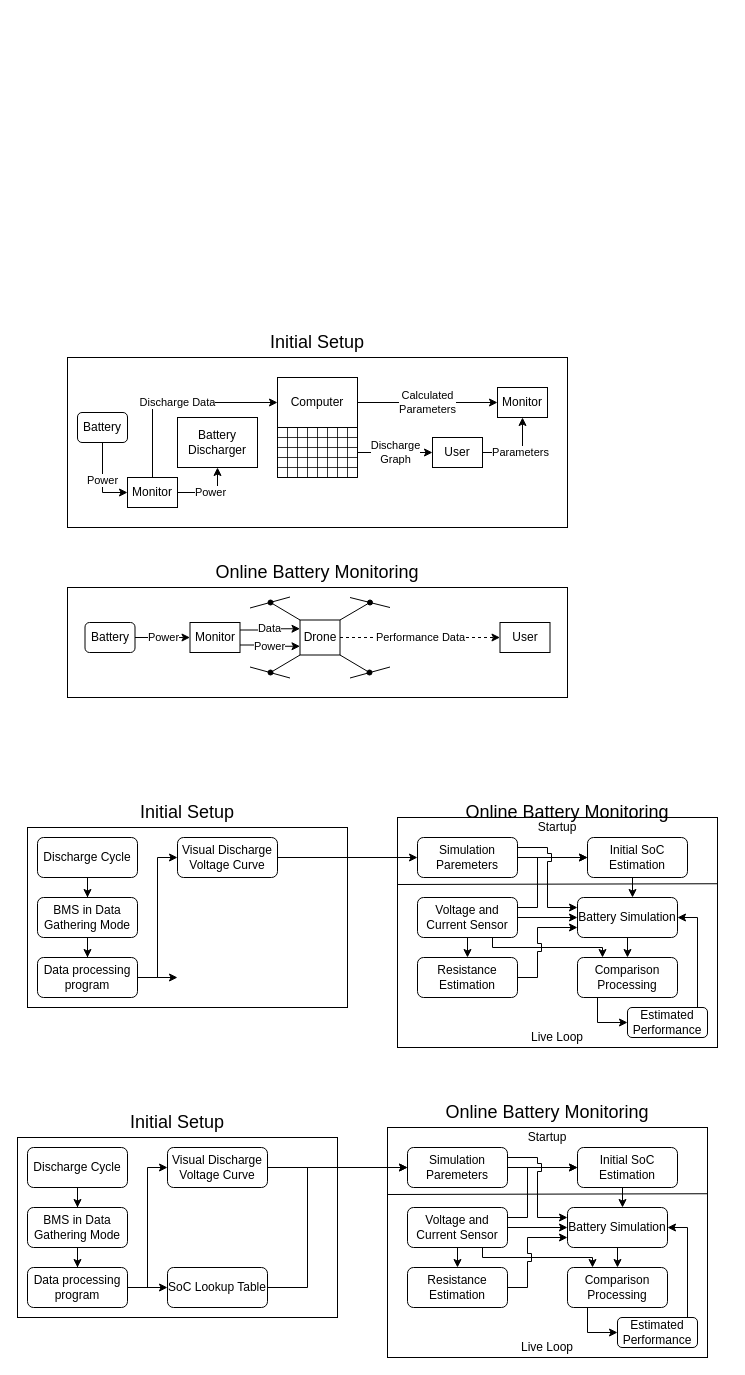
The draw.io diagram dissertation/Block Diagram.drawio in karl03/predictive-bms, before the edit. Source tidied: cells renumbered, new cells numbered last; positions are measured from the earlier drawing's top-left corner, leaving out a move shared by most shapes. Both pictures are drawn from the tidied source at 100%, with x=0, y=0 at pixel (17, 327).
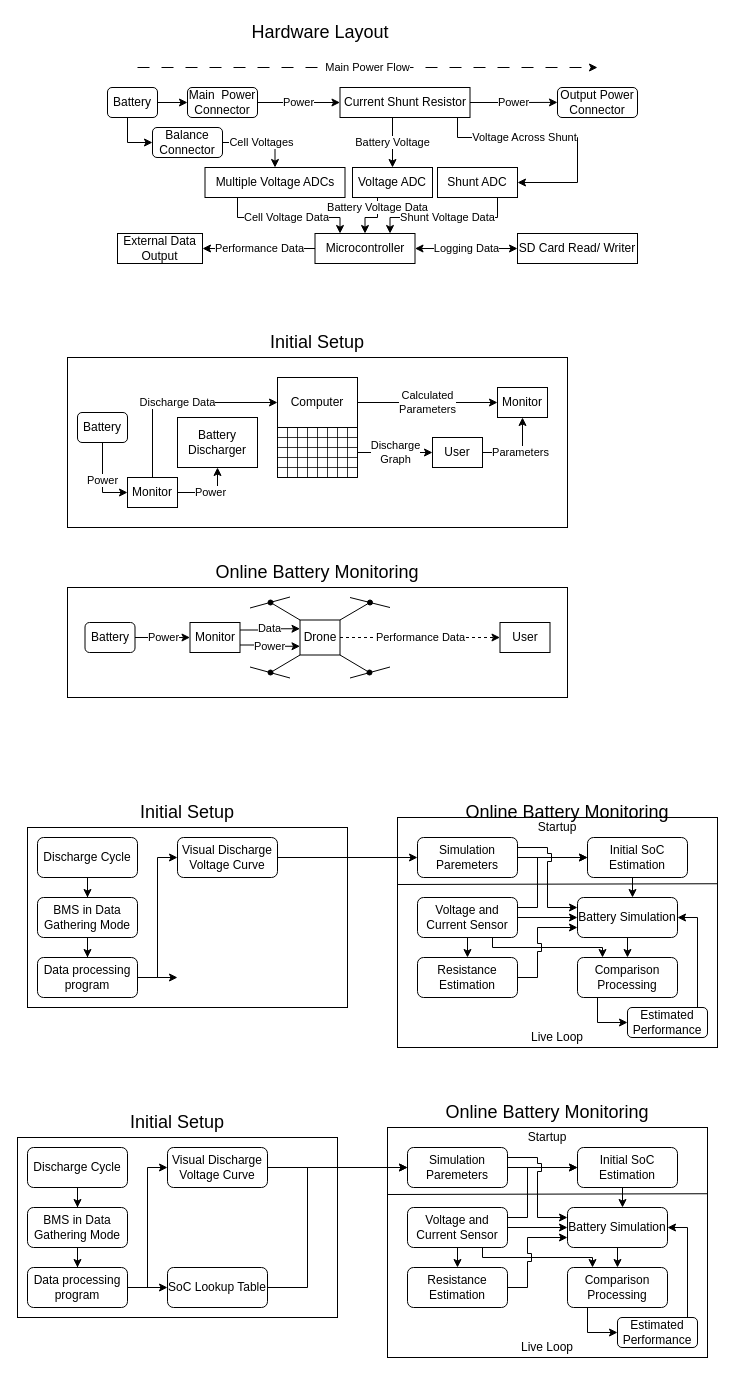
The same page after the edit.

Diff of the diagram source:
```diff
@@
+    <mxCell id="118" value="Power" style="edgeStyle=orthogonalEdgeStyle;rounded=0;jettySize=auto;html=1;entryX=0;entryY=0.5;entryDx=0;entryDy=0;" parent="1" edge="1" source="119" target="123">
+      <mxGeometry relative="1" as="geometry" />
+    </mxCell>
+    <mxCell id="119" value="Main&amp;nbsp; Power Connector" style="rounded=1;whiteSpace=wrap;html=1;" parent="1" vertex="1">
+      <mxGeometry x="170" y="-240" width="70" height="30" as="geometry" />
+    </mxCell>
+    <mxCell id="120" value="Power" style="edgeStyle=orthogonalEdgeStyle;rounded=0;jettySize=auto;html=1;exitX=1;exitY=0.5;exitDx=0;exitDy=0;" parent="1" edge="1" source="123">
+      <mxGeometry relative="1" as="geometry">
+        <mxPoint x="540" y="-225.1" as="targetPoint" />
+      </mxGeometry>
+    </mxCell>
+    <mxCell id="121" value="Battery Voltage" style="edgeStyle=orthogonalEdgeStyle;rounded=0;jettySize=auto;html=1;" parent="1" edge="1" source="123" target="133">
+      <mxGeometry relative="1" as="geometry">
+        <Array as="points">
+          <mxPoint x="375" y="-190" />
+          <mxPoint x="375" y="-190" />
+        </Array>
+      </mxGeometry>
+    </mxCell>
+    <mxCell id="122" value="Voltage Across Shunt" style="edgeStyle=orthogonalEdgeStyle;rounded=0;jettySize=auto;html=1;exitX=0.904;exitY=1.002;exitDx=0;exitDy=0;exitPerimeter=0;" parent="1" edge="1" source="123" target="135">
+      <mxGeometry x="-0.29" relative="1" as="geometry">
+        <Array as="points">
+          <mxPoint x="440" y="-190" />
+          <mxPoint x="560" y="-190" />
+          <mxPoint x="560" y="-145" />
+        </Array>
+      </mxGeometry>
+    </mxCell>
+    <mxCell id="123" value="Current Shunt Resistor" style="rounded=0;whiteSpace=wrap;html=1;" parent="1" vertex="1">
+      <mxGeometry x="322.5" y="-240" width="130" height="30" as="geometry" />
+    </mxCell>
+    <mxCell id="124" value="&lt;font style=&quot;font-size: 18px;&quot;&gt;Hardware Layout&lt;br&gt;&lt;/font&gt;" style="text;html=1;strokeColor=none;fillColor=none;align=center;verticalAlign=middle;whiteSpace=wrap;rounded=0;" parent="1" vertex="1">
+      <mxGeometry x="52.5" y="-310" width="500" height="30" as="geometry" />
+    </mxCell>
+    <mxCell id="125" style="edgeStyle=orthogonalEdgeStyle;rounded=0;jettySize=auto;html=1;" parent="1" edge="1" source="127" target="119">
+      <mxGeometry relative="1" as="geometry" />
+    </mxCell>
+    <mxCell id="126" style="edgeStyle=orthogonalEdgeStyle;rounded=0;jettySize=auto;html=1;exitX=0.5;exitY=1;exitDx=0;exitDy=0;entryX=0;entryY=0.5;entryDx=0;entryDy=0;" parent="1" edge="1" source="127" target="129">
+      <mxGeometry relative="1" as="geometry">
+        <Array as="points">
+          <mxPoint x="110" y="-210" />
+          <mxPoint x="110" y="-185" />
+        </Array>
+      </mxGeometry>
+    </mxCell>
+    <mxCell id="127" value="Battery" style="rounded=1;whiteSpace=wrap;html=1;" parent="1" vertex="1">
+      <mxGeometry x="90" y="-240" width="50" height="30" as="geometry" />
+    </mxCell>
+    <mxCell id="128" value="Cell Voltages" style="edgeStyle=orthogonalEdgeStyle;rounded=0;jettySize=auto;html=1;exitX=1;exitY=0.5;exitDx=0;exitDy=0;entryX=0.5;entryY=0;entryDx=0;entryDy=0;" parent="1" edge="1" source="129" target="131">
+      <mxGeometry relative="1" as="geometry" />
+    </mxCell>
+    <mxCell id="129" value="Balance Connector" style="rounded=1;whiteSpace=wrap;html=1;" parent="1" vertex="1">
+      <mxGeometry x="135" y="-200" width="70" height="30" as="geometry" />
+    </mxCell>
+    <mxCell id="130" value="Cell Voltage Data" style="edgeStyle=orthogonalEdgeStyle;rounded=0;jettySize=auto;html=1;entryX=0.25;entryY=0;entryDx=0;entryDy=0;" parent="1" edge="1" source="131" target="138">
+      <mxGeometry relative="1" as="geometry">
+        <Array as="points">
+          <mxPoint x="220" y="-110" />
+          <mxPoint x="322" y="-110" />
+        </Array>
+      </mxGeometry>
+    </mxCell>
+    <mxCell id="131" value="Multiple Voltage ADCs" style="rounded=0;whiteSpace=wrap;html=1;" parent="1" vertex="1">
+      <mxGeometry x="187.5" y="-160" width="140" height="30" as="geometry" />
+    </mxCell>
+    <mxCell id="132" value="Battery Voltage Data" style="edgeStyle=orthogonalEdgeStyle;rounded=0;jettySize=auto;html=1;entryX=0.5;entryY=0;entryDx=0;entryDy=0;" parent="1" edge="1" source="133" target="138">
+      <mxGeometry x="-0.59" relative="1" as="geometry">
+        <Array as="points">
+          <mxPoint x="360" y="-110" />
+          <mxPoint x="348" y="-110" />
+        </Array>
+      </mxGeometry>
+    </mxCell>
+    <mxCell id="133" value="Voltage ADC" style="rounded=0;whiteSpace=wrap;html=1;" parent="1" vertex="1">
+      <mxGeometry x="335" y="-160" width="80" height="30" as="geometry" />
+    </mxCell>
+    <mxCell id="134" value="Shunt Voltage Data" style="edgeStyle=orthogonalEdgeStyle;rounded=0;jettySize=auto;html=1;entryX=0.75;entryY=0;entryDx=0;entryDy=0;" parent="1" edge="1" source="135" target="138">
+      <mxGeometry x="-0.02" relative="1" as="geometry">
+        <Array as="points">
+          <mxPoint x="480" y="-110" />
+          <mxPoint x="372" y="-110" />
+        </Array>
+      </mxGeometry>
+    </mxCell>
+    <mxCell id="135" value="Shunt ADC" style="rounded=0;whiteSpace=wrap;html=1;" parent="1" vertex="1">
+      <mxGeometry x="420" y="-160" width="80" height="30" as="geometry" />
+    </mxCell>
+    <mxCell id="136" value="Output Power Connector" style="rounded=1;whiteSpace=wrap;html=1;" parent="1" vertex="1">
+      <mxGeometry x="540" y="-240" width="80" height="30" as="geometry" />
+    </mxCell>
+    <mxCell id="137" value="Performance Data" style="edgeStyle=orthogonalEdgeStyle;rounded=0;jettySize=auto;html=1;" parent="1" edge="1" source="138" target="141">
+      <mxGeometry relative="1" as="geometry" />
+    </mxCell>
+    <mxCell id="138" value="Microcontroller" style="rounded=0;whiteSpace=wrap;html=1;" parent="1" vertex="1">
+      <mxGeometry x="297.5" y="-94" width="100" height="30" as="geometry" />
+    </mxCell>
+    <mxCell id="139" value="Logging Data" style="edgeStyle=orthogonalEdgeStyle;rounded=0;jettySize=auto;html=1;entryX=1;entryY=0.5;entryDx=0;entryDy=0;startArrow=classic;startFill=1;" parent="1" edge="1" source="140" target="138">
+      <mxGeometry relative="1" as="geometry" />
+    </mxCell>
+    <mxCell id="140" value="SD Card Read/ Writer" style="rounded=0;whiteSpace=wrap;html=1;" parent="1" vertex="1">
+      <mxGeometry x="500" y="-94" width="120" height="30" as="geometry" />
+    </mxCell>
+    <mxCell id="141" value="External Data Output" style="rounded=0;whiteSpace=wrap;html=1;" parent="1" vertex="1">
+      <mxGeometry x="100" y="-94" width="85" height="30" as="geometry" />
+    </mxCell>
+    <mxCell id="142" value="Main Power Flow" style="edgeStyle=orthogonalEdgeStyle;rounded=0;orthogonalLoop=1;jettySize=auto;html=1;dashed=1;dashPattern=12 12;" parent="1" edge="1">
+      <mxGeometry relative="1" as="geometry">
+        <mxPoint x="120" y="-260" as="sourcePoint" />
+        <mxPoint x="580" y="-260" as="targetPoint" />
+      </mxGeometry>
+    </mxCell>
```
